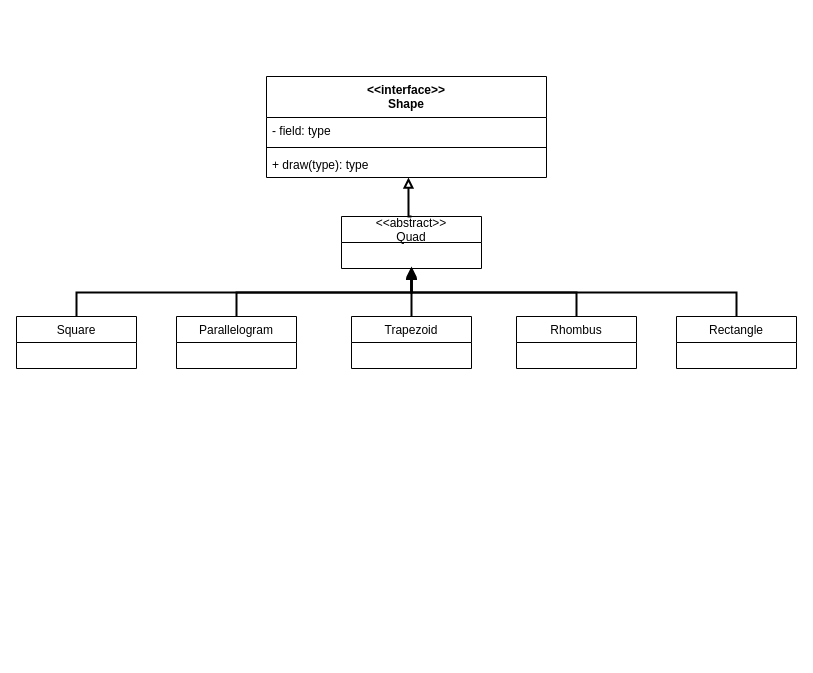
This is UML.drawio from jmcjordi811/CISC210Draw, a draw.io file, before an edit. Source tidied: cells renumbered, new cells numbered last; positions are measured from the earlier drawing's top-left corner, leaving out a move shared by most shapes. Both pictures are drawn from the tidied source at 100%, with x=0, y=0 at pixel (16, 76).
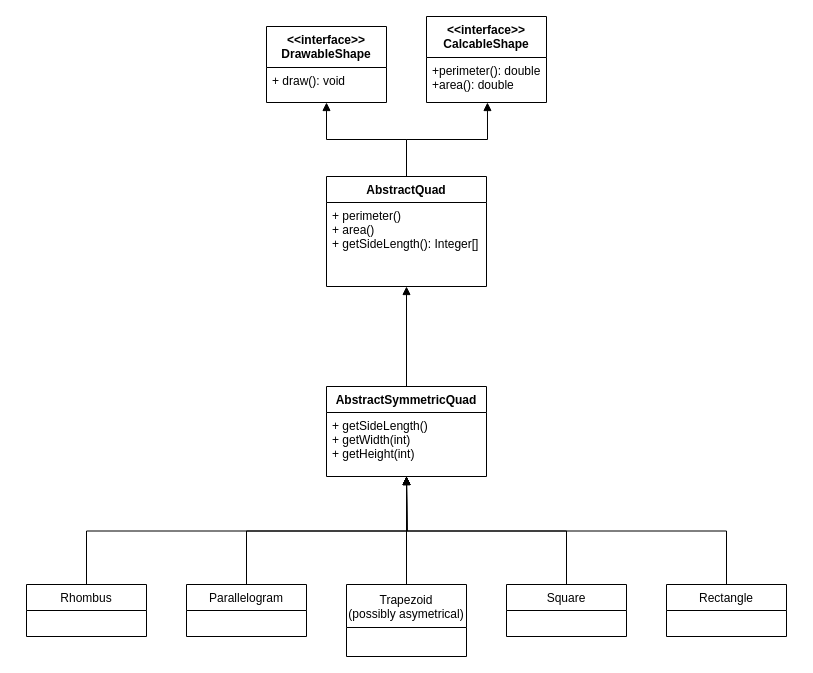
After the change.

The edit, as a diff of the source:
```diff
@@
-    <mxCell id="2" value="&lt;&lt;interface&gt;&gt;&#10;Shape" style="swimlane;fontStyle=1;align=center;verticalAlign=top;horizontal=1;startSize=41;" parent="1" vertex="1">
-      <mxGeometry x="250" width="280" height="101" as="geometry" />
+    <mxCell id="2" value="&lt;&lt;interface&gt;&gt;&#10;DrawableShape" style="swimlane;fontStyle=1;align=center;verticalAlign=top;horizontal=1;startSize=41;" parent="1" vertex="1">
+      <mxGeometry x="250" y="-50" width="120" height="76" as="geometry" />
     </mxCell>
-    <mxCell id="3" value="- field: type" style="text;strokeColor=none;fillColor=none;align=left;verticalAlign=top;spacingLeft=4;spacingRight=4;overflow=hidden;" parent="2" vertex="1">
-      <mxGeometry y="41" width="280" height="26" as="geometry" />
-    </mxCell>
-    <mxCell id="4" style="line;strokeWidth=1;fillColor=none;align=left;verticalAlign=middle;spacingTop=-1;spacingLeft=3;spacingRight=3;labelPosition=right;" parent="2" vertex="1">
-      <mxGeometry y="67" width="280" height="8" as="geometry" />
-    </mxCell>
-    <mxCell id="5" value="+ draw(type): type" style="text;strokeColor=none;fillColor=none;align=left;verticalAlign=top;spacingLeft=4;spacingRight=4;overflow=hidden;points=[[0,0.5],[1,0.5]];portConstraint=eastwest;" parent="2" vertex="1">
-      <mxGeometry y="75" width="280" height="26" as="geometry" />
+    <mxCell id="5" value="+ draw(): void&#10;" style="text;strokeColor=none;fillColor=none;align=left;verticalAlign=top;spacingLeft=4;spacingRight=4;overflow=hidden;points=[[0,0.5],[1,0.5]];portConstraint=eastwest;" parent="2" vertex="1">
+      <mxGeometry y="41" width="120" height="35" as="geometry" />
     </mxCell>
-    <mxCell id="6" style="edgeStyle=orthogonalEdgeStyle;rounded=0;jettySize=auto;html=1;exitX=0.5;exitY=0;exitDx=0;exitDy=0;entryX=0.507;entryY=1;entryDx=0;entryDy=0;entryPerimeter=0;endArrow=block;endFill=0;strokeWidth=2;" parent="1" edge="1" source="7" target="5">
-      <mxGeometry relative="1" as="geometry" />
-    </mxCell>
+    <mxCell id="18" style="edgeStyle=orthogonalEdgeStyle;rounded=0;jettySize=auto;html=1;exitX=0.5;exitY=0;exitDx=0;exitDy=0;entryX=0.5;entryY=1;entryDx=0;entryDy=0;endArrow=block;endFill=1;strokeWidth=1;" parent="1" edge="1" source="7" target="2">
+      <mxGeometry relative="1" as="geometry" />
+    </mxCell>
+    <mxCell id="19" style="edgeStyle=orthogonalEdgeStyle;rounded=0;jettySize=auto;html=1;exitX=0.5;exitY=0;exitDx=0;exitDy=0;entryX=0.508;entryY=1;entryDx=0;entryDy=0;entryPerimeter=0;endArrow=block;endFill=1;strokeWidth=1;" parent="1" edge="1" source="7" target="27">
+      <mxGeometry relative="1" as="geometry" />
+    </mxCell>
-    <mxCell id="7" value="&lt;&lt;abstract&gt;&gt;&#10;Quad" style="swimlane;fontStyle=0;horizontal=1;startSize=26;fillColor=none;" parent="1" vertex="1">
-      <mxGeometry x="325" y="140" width="140" height="52" as="geometry" />
+    <mxCell id="7" value="AbstractQuad" style="swimlane;fontStyle=1;horizontal=1;startSize=26;fillColor=none;" parent="1" vertex="1">
+      <mxGeometry x="310" y="100" width="160" height="110" as="geometry" />
     </mxCell>
-    <mxCell id="8" style="edgeStyle=orthogonalEdgeStyle;rounded=0;jettySize=auto;html=1;exitX=0.5;exitY=0;exitDx=0;exitDy=0;entryX=0.5;entryY=1;entryDx=0;entryDy=0;endArrow=block;endFill=1;strokeWidth=2;" parent="1" edge="1" source="9" target="7">
-      <mxGeometry relative="1" as="geometry" />
-    </mxCell>
+    <mxCell id="20" value="+ perimeter()&#10;+ area()&#10;+ getSideLength(): Integer[]&#10;" style="text;strokeColor=none;fillColor=none;align=left;verticalAlign=top;spacingLeft=4;spacingRight=4;overflow=hidden;points=[[0,0.5],[1,0.5]];portConstraint=eastwest;" parent="7" vertex="1">
+      <mxGeometry y="26" width="160" height="84" as="geometry" />
+    </mxCell>
+    <mxCell id="21" style="edgeStyle=orthogonalEdgeStyle;rounded=0;jettySize=auto;html=1;exitX=0.5;exitY=0;exitDx=0;exitDy=0;endArrow=block;endFill=1;strokeWidth=1;" parent="1" edge="1" source="9">
+      <mxGeometry relative="1" as="geometry">
+        <mxPoint x="390" y="400" as="targetPoint" />
+      </mxGeometry>
+    </mxCell>
-    <mxCell id="9" value="Square" style="swimlane;fontStyle=0;horizontal=1;startSize=26;fillColor=none;" parent="1" vertex="1">
-      <mxGeometry y="240" width="120" height="52" as="geometry" />
+    <mxCell id="9" value="Rhombus" style="swimlane;fontStyle=0;horizontal=1;startSize=26;fillColor=none;" parent="1" vertex="1">
+      <mxGeometry x="10" y="508" width="120" height="52" as="geometry" />
     </mxCell>
-    <mxCell id="10" style="edgeStyle=orthogonalEdgeStyle;rounded=0;jettySize=auto;html=1;exitX=0.5;exitY=0;exitDx=0;exitDy=0;entryX=0.5;entryY=1;entryDx=0;entryDy=0;endArrow=block;endFill=1;strokeWidth=2;" parent="1" edge="1" source="11" target="7">
-      <mxGeometry relative="1" as="geometry" />
-    </mxCell>
+    <mxCell id="22" style="edgeStyle=orthogonalEdgeStyle;rounded=0;jettySize=auto;html=1;exitX=0.5;exitY=0;exitDx=0;exitDy=0;entryX=0.5;entryY=1;entryDx=0;entryDy=0;endArrow=block;endFill=1;strokeWidth=1;" parent="1" edge="1" source="11">
+      <mxGeometry relative="1" as="geometry">
+        <mxPoint x="390" y="400" as="targetPoint" />
+      </mxGeometry>
+    </mxCell>
     <mxCell id="11" value="Parallelogram" style="swimlane;fontStyle=0;horizontal=1;startSize=26;fillColor=none;" parent="1" vertex="1">
-      <mxGeometry x="160" y="240" width="120" height="52" as="geometry" />
+      <mxGeometry x="170" y="508" width="120" height="52" as="geometry" />
     </mxCell>
-    <mxCell id="12" style="edgeStyle=orthogonalEdgeStyle;rounded=0;jettySize=auto;html=1;exitX=0.5;exitY=0;exitDx=0;exitDy=0;endArrow=block;endFill=1;strokeWidth=2;" parent="1" edge="1" source="13">
-      <mxGeometry relative="1" as="geometry">
-        <mxPoint x="395" y="190" as="targetPoint" />
-      </mxGeometry>
-    </mxCell>
+    <mxCell id="23" style="edgeStyle=orthogonalEdgeStyle;rounded=0;jettySize=auto;html=1;exitX=0.5;exitY=0;exitDx=0;exitDy=0;entryX=0.5;entryY=1;entryDx=0;entryDy=0;endArrow=block;endFill=1;strokeWidth=1;" parent="1" edge="1" source="13">
+      <mxGeometry relative="1" as="geometry">
+        <mxPoint x="390" y="400" as="targetPoint" />
+      </mxGeometry>
+    </mxCell>
-    <mxCell id="13" value="Trapezoid" style="swimlane;fontStyle=0;horizontal=1;startSize=26;fillColor=none;" parent="1" vertex="1">
-      <mxGeometry x="335" y="240" width="120" height="52" as="geometry" />
+    <mxCell id="13" value="Trapezoid&#10;(possibly asymetrical)" style="swimlane;fontStyle=0;horizontal=1;startSize=43;fillColor=none;" parent="1" vertex="1">
+      <mxGeometry x="330" y="508" width="120" height="72" as="geometry" />
     </mxCell>
-    <mxCell id="14" style="edgeStyle=orthogonalEdgeStyle;rounded=0;jettySize=auto;html=1;exitX=0.5;exitY=0;exitDx=0;exitDy=0;entryX=0.5;entryY=1;entryDx=0;entryDy=0;endArrow=block;endFill=1;strokeWidth=2;" parent="1" edge="1" source="15" target="7">
-      <mxGeometry relative="1" as="geometry" />
-    </mxCell>
+    <mxCell id="24" style="edgeStyle=orthogonalEdgeStyle;rounded=0;jettySize=auto;html=1;exitX=0.5;exitY=0;exitDx=0;exitDy=0;entryX=0.5;entryY=1;entryDx=0;entryDy=0;endArrow=block;endFill=1;strokeWidth=1;" parent="1" edge="1" source="15">
+      <mxGeometry relative="1" as="geometry">
+        <mxPoint x="390" y="400" as="targetPoint" />
+      </mxGeometry>
+    </mxCell>
-    <mxCell id="15" value="Rhombus" style="swimlane;fontStyle=0;horizontal=1;startSize=26;fillColor=none;" parent="1" vertex="1">
-      <mxGeometry x="500" y="240" width="120" height="52" as="geometry" />
+    <mxCell id="15" value="Square" style="swimlane;fontStyle=0;horizontal=1;startSize=26;fillColor=none;" parent="1" vertex="1">
+      <mxGeometry x="490" y="508" width="120" height="52" as="geometry" />
     </mxCell>
-    <mxCell id="16" style="edgeStyle=orthogonalEdgeStyle;rounded=0;jettySize=auto;html=1;exitX=0.5;exitY=0;exitDx=0;exitDy=0;entryX=0.5;entryY=1;entryDx=0;entryDy=0;endArrow=block;endFill=1;strokeWidth=2;" parent="1" edge="1" source="17" target="7">
-      <mxGeometry relative="1" as="geometry" />
-    </mxCell>
+    <mxCell id="25" style="edgeStyle=orthogonalEdgeStyle;rounded=0;jettySize=auto;html=1;exitX=0.5;exitY=0;exitDx=0;exitDy=0;entryX=0.5;entryY=1;entryDx=0;entryDy=0;endArrow=block;endFill=1;strokeWidth=1;" parent="1" edge="1" source="17">
+      <mxGeometry relative="1" as="geometry">
+        <mxPoint x="390" y="400" as="targetPoint" />
+      </mxGeometry>
+    </mxCell>
     <mxCell id="17" value="Rectangle" style="swimlane;fontStyle=0;horizontal=1;startSize=26;fillColor=none;" parent="1" vertex="1">
-      <mxGeometry x="660" y="240" width="120" height="52" as="geometry" />
+      <mxGeometry x="650" y="508" width="120" height="52" as="geometry" />
     </mxCell>
+    <mxCell id="26" value="&lt;&lt;interface&gt;&gt;&#10;CalcableShape" style="swimlane;fontStyle=1;align=center;verticalAlign=top;horizontal=1;startSize=41;" parent="1" vertex="1">
+      <mxGeometry x="410" y="-60" width="120" height="86" as="geometry" />
+    </mxCell>
+    <mxCell id="27" value="+perimeter(): double&#10;+area(): double&#10;" style="text;strokeColor=none;fillColor=none;align=left;verticalAlign=top;spacingLeft=4;spacingRight=4;overflow=hidden;points=[[0,0.5],[1,0.5]];portConstraint=eastwest;" parent="26" vertex="1">
+      <mxGeometry y="41" width="120" height="45" as="geometry" />
+    </mxCell>
+    <mxCell id="28" style="edgeStyle=orthogonalEdgeStyle;rounded=0;jettySize=auto;html=1;exitX=0.5;exitY=0;exitDx=0;exitDy=0;entryX=0.5;entryY=1;entryDx=0;entryDy=0;entryPerimeter=0;endArrow=block;endFill=1;strokeWidth=1;" parent="1" edge="1" source="29" target="20">
+      <mxGeometry relative="1" as="geometry" />
+    </mxCell>
+    <mxCell id="29" value="AbstractSymmetricQuad" style="swimlane;fontStyle=1;horizontal=1;startSize=26;fillColor=none;" parent="1" vertex="1">
+      <mxGeometry x="310" y="310" width="160" height="90" as="geometry" />
+    </mxCell>
+    <mxCell id="30" value="+ getSideLength()&#10;+ getWidth(int)&#10;+ getHeight(int)" style="text;strokeColor=none;fillColor=none;align=left;verticalAlign=top;spacingLeft=4;spacingRight=4;overflow=hidden;" parent="29" vertex="1">
+      <mxGeometry y="26" width="160" height="64" as="geometry" />
+    </mxCell>
```
